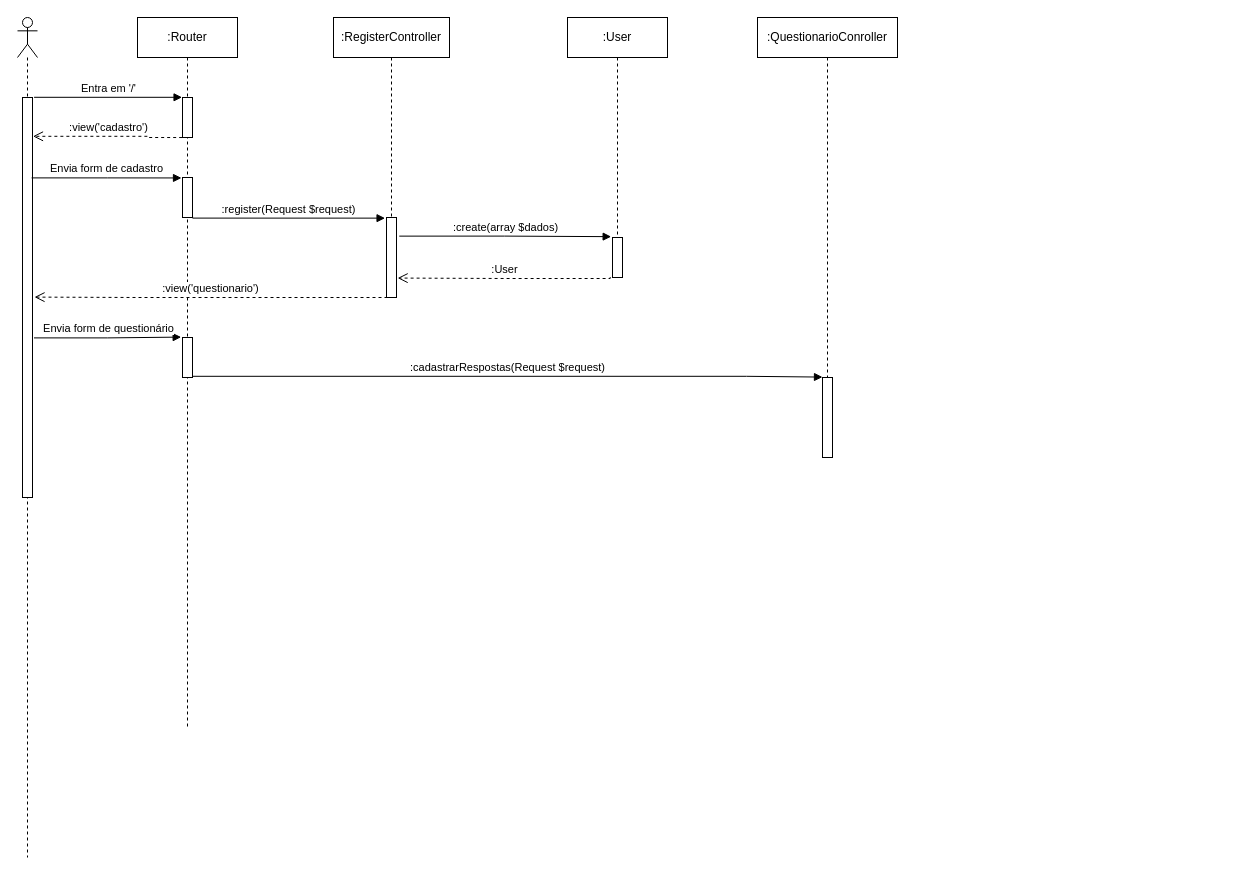
This is Diagramas/Seqûencia de cadastro.drawio from pmarangon/Grupo-1-PI--Sa-de-e-Bem-Estar, a draw.io file, before an edit. Source tidied: cells renumbered, new cells numbered last; positions are measured from the earlier drawing's top-left corner, leaving out a move shared by most shapes. Both pictures are drawn from the tidied source at 100%, with x=0, y=0 at pixel (17, 17).
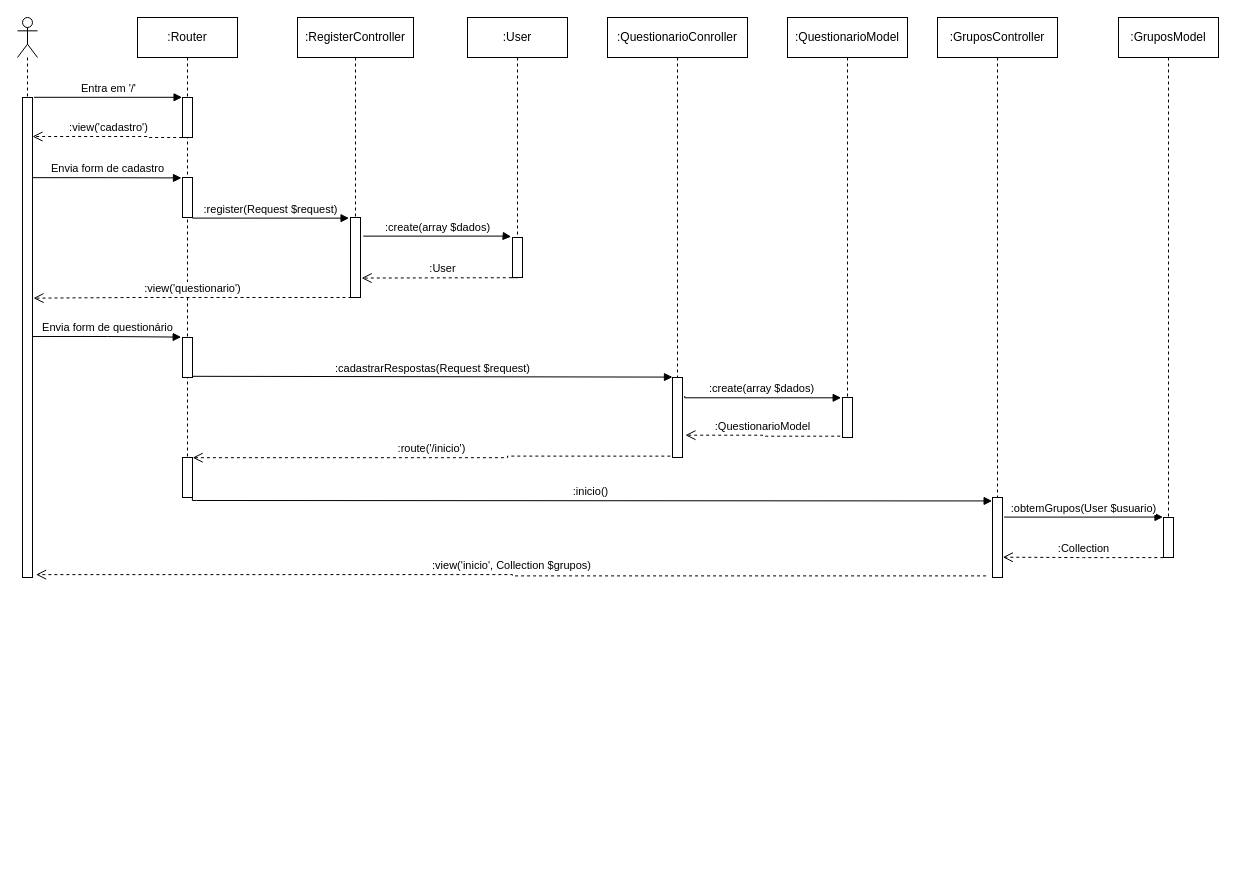
The same page after the edit.

Commit message (it also covers changes not shown here):
Finaliza diagrama de sequência de cadastro

The change refers to these unchanged cells:
```xml
<mxCell id="5" style="html=1;points=[];perimeter=orthogonalPerimeter;" parent="4" vertex="1">
  <mxGeometry x="45" y="80" width="10" height="40" as="geometry" />
</mxCell>
<mxCell id="6" style="html=1;points=[];perimeter=orthogonalPerimeter;" parent="4" vertex="1">
  <mxGeometry x="45" y="160" width="10" height="40" as="geometry" />
</mxCell>
<mxCell id="7" style="html=1;points=[];perimeter=orthogonalPerimeter;" parent="4" vertex="1">
  <mxGeometry x="45" y="320" width="10" height="40" as="geometry" />
</mxCell>
<mxCell id="12" style="html=1;points=[];perimeter=orthogonalPerimeter;" parent="11" vertex="1">
  <mxGeometry x="53" y="200" width="10" height="80" as="geometry" />
</mxCell>
<mxCell id="15" style="html=1;points=[];perimeter=orthogonalPerimeter;" parent="14" vertex="1">
  <mxGeometry x="45" y="220" width="10" height="40" as="geometry" />
</mxCell>
<mxCell id="21" style="html=1;points=[];perimeter=orthogonalPerimeter;" parent="20" vertex="1">
  <mxGeometry x="65" y="360" width="10" height="80" as="geometry" />
</mxCell>
```

Diff of the diagram source:
```diff
@@
     <mxCell id="2" style="shape=umlLifeline;participant=umlActor;perimeter=lifelinePerimeter;whiteSpace=wrap;html=1;verticalAlign=top;spacingTop=36;" parent="1" vertex="1">
-      <mxGeometry width="20" height="840" as="geometry" />
+      <mxGeometry width="20" height="560" as="geometry" />
     </mxCell>
     <mxCell id="3" style="html=1;points=[];perimeter=orthogonalPerimeter;" parent="2" vertex="1">
-      <mxGeometry x="5" y="80" width="10" height="400" as="geometry" />
+      <mxGeometry x="5" y="80" width="10" height="480" as="geometry" />
     </mxCell>
     <mxCell id="4" value=":Router" style="shape=umlLifeline;perimeter=lifelinePerimeter;whiteSpace=wrap;html=1;" parent="1" vertex="1">
-      <mxGeometry x="120" width="100" height="710" as="geometry" />
+      <mxGeometry x="120" width="100" height="480" as="geometry" />
     </mxCell>
@@
+    <mxCell id="23" style="html=1;points=[];perimeter=orthogonalPerimeter;" parent="4" vertex="1">
+      <mxGeometry x="45" y="440" width="10" height="40" as="geometry" />
+    </mxCell>
@@
-    <mxCell id="9" value=":view('cadastro')" style="html=1;verticalAlign=bottom;endArrow=open;dashed=1;endSize=8;rounded=0;edgeStyle=orthogonalEdgeStyle;exitX=-0.033;exitY=1.001;exitDx=0;exitDy=0;exitPerimeter=0;entryX=1.048;entryY=0.097;entryDx=0;entryDy=0;entryPerimeter=0;" parent="1" edge="1" source="5" target="3">
+    <mxCell id="9" value=":view('cadastro')" style="html=1;verticalAlign=bottom;endArrow=open;dashed=1;endSize=8;rounded=0;edgeStyle=orthogonalEdgeStyle;exitX=-0.033;exitY=1.001;exitDx=0;exitDy=0;exitPerimeter=0;" parent="1" edge="1" source="5">
       <mxGeometry relative="1" as="geometry">
+        <mxPoint x="15" y="119" as="targetPoint" />
         <Array as="points">
           <mxPoint x="130" y="120" />
           <mxPoint x="130" y="119" />
         </Array>
       </mxGeometry>
     </mxCell>
-    <mxCell id="10" value="Envia form de cadastro" style="html=1;verticalAlign=bottom;endArrow=block;rounded=0;edgeStyle=orthogonalEdgeStyle;exitX=0.91;exitY=0.201;exitDx=0;exitDy=0;exitPerimeter=0;entryX=-0.1;entryY=0.011;entryDx=0;entryDy=0;entryPerimeter=0;" parent="1" edge="1" source="3" target="6">
+    <mxCell id="10" value="Envia form de cadastro" style="html=1;verticalAlign=bottom;endArrow=block;rounded=0;edgeStyle=orthogonalEdgeStyle;exitX=0.995;exitY=0.167;exitDx=0;exitDy=0;exitPerimeter=0;entryX=-0.1;entryY=0.011;entryDx=0;entryDy=0;entryPerimeter=0;" parent="1" edge="1" source="3" target="6">
       <mxGeometry relative="1" as="geometry">
         <Array as="points">
           <mxPoint x="90" y="160" />
-          <mxPoint x="164" y="160" />
         </Array>
       </mxGeometry>
     </mxCell>
     <mxCell id="11" value=":RegisterController" style="shape=umlLifeline;perimeter=lifelinePerimeter;whiteSpace=wrap;html=1;" parent="1" vertex="1">
-      <mxGeometry x="316" width="116" height="280" as="geometry" />
+      <mxGeometry x="280" width="116" height="280" as="geometry" />
     </mxCell>
@@
     <mxCell id="14" value=":User" style="shape=umlLifeline;perimeter=lifelinePerimeter;whiteSpace=wrap;html=1;" parent="1" vertex="1">
-      <mxGeometry x="550" width="100" height="260" as="geometry" />
+      <mxGeometry x="450" width="100" height="260" as="geometry" />
     </mxCell>
@@
-    <mxCell id="17" value=":User" style="html=1;verticalAlign=bottom;endArrow=open;dashed=1;endSize=8;rounded=0;edgeStyle=orthogonalEdgeStyle;exitX=-0.229;exitY=0.99;exitDx=0;exitDy=0;exitPerimeter=0;entryX=1.113;entryY=0.757;entryDx=0;entryDy=0;entryPerimeter=0;" parent="1" edge="1" source="15" target="12">
+    <mxCell id="17" value=":User" style="html=1;verticalAlign=bottom;endArrow=open;dashed=1;endSize=8;rounded=0;edgeStyle=orthogonalEdgeStyle;entryX=1.113;entryY=0.757;entryDx=0;entryDy=0;entryPerimeter=0;exitX=-0.128;exitY=1.004;exitDx=0;exitDy=0;exitPerimeter=0;" parent="1" edge="1" source="15" target="12">
       <mxGeometry relative="1" as="geometry">
         <Array as="points">
-          <mxPoint x="593" y="261" />
-          <mxPoint x="487" y="261" />
+          <mxPoint x="500" y="260" />
         </Array>
       </mxGeometry>
     </mxCell>
-    <mxCell id="18" value=":view('questionario')" style="html=1;verticalAlign=bottom;endArrow=open;dashed=1;endSize=8;rounded=0;edgeStyle=orthogonalEdgeStyle;exitX=0.1;exitY=1;exitDx=0;exitDy=0;exitPerimeter=0;entryX=1.2;entryY=0.499;entryDx=0;entryDy=0;entryPerimeter=0;" parent="1" edge="1" source="12" target="3">
+    <mxCell id="18" value=":view('questionario')" style="html=1;verticalAlign=bottom;endArrow=open;dashed=1;endSize=8;rounded=0;edgeStyle=orthogonalEdgeStyle;exitX=0.1;exitY=1;exitDx=0;exitDy=0;exitPerimeter=0;entryX=1.105;entryY=0.418;entryDx=0;entryDy=0;entryPerimeter=0;" parent="1" edge="1" source="12" target="3">
       <mxGeometry relative="1" as="geometry">
         <Array as="points">
-          <mxPoint x="120" y="280" />
           <mxPoint x="120" y="280" />
         </Array>
       </mxGeometry>
     </mxCell>
-    <mxCell id="19" value="Envia form de questionário" style="html=1;verticalAlign=bottom;endArrow=block;rounded=0;edgeStyle=orthogonalEdgeStyle;exitX=1.152;exitY=0.601;exitDx=0;exitDy=0;exitPerimeter=0;entryX=-0.133;entryY=-0.01;entryDx=0;entryDy=0;entryPerimeter=0;" parent="1" edge="1" source="3" target="7">
+    <mxCell id="19" value="Envia form de questionário" style="html=1;verticalAlign=bottom;endArrow=block;rounded=0;edgeStyle=orthogonalEdgeStyle;exitX=0.962;exitY=0.498;exitDx=0;exitDy=0;exitPerimeter=0;entryX=-0.133;entryY=-0.01;entryDx=0;entryDy=0;entryPerimeter=0;" parent="1" edge="1" source="3" target="7">
       <mxGeometry relative="1" as="geometry">
         <Array as="points">
           <mxPoint x="90" y="320" />
-          <mxPoint x="164" y="320" />
         </Array>
       </mxGeometry>
     </mxCell>
     <mxCell id="20" value=":QuestionarioConroller" style="shape=umlLifeline;perimeter=lifelinePerimeter;whiteSpace=wrap;html=1;" parent="1" vertex="1">
-      <mxGeometry x="740" width="140" height="440" as="geometry" />
+      <mxGeometry x="590" width="140" height="440" as="geometry" />
     </mxCell>
@@
     <mxCell id="22" value=":cadastrarRespostas(Request $request)" style="html=1;verticalAlign=bottom;endArrow=block;rounded=0;edgeStyle=orthogonalEdgeStyle;exitX=1.04;exitY=0.97;exitDx=0;exitDy=0;exitPerimeter=0;entryX=-0.002;entryY=-0.005;entryDx=0;entryDy=0;entryPerimeter=0;" parent="1" edge="1" source="7" target="21">
       <mxGeometry relative="1" as="geometry">
         <Array as="points">
-          <mxPoint x="729" y="359" />
+          <mxPoint x="175" y="360" />
+          <mxPoint x="655" y="360" />
         </Array>
       </mxGeometry>
     </mxCell>
+    <mxCell id="24" value=":QuestionarioModel" style="shape=umlLifeline;perimeter=lifelinePerimeter;whiteSpace=wrap;html=1;" parent="1" vertex="1">
+      <mxGeometry x="770" width="120" height="420" as="geometry" />
+    </mxCell>
+    <mxCell id="25" style="html=1;points=[];perimeter=orthogonalPerimeter;" parent="24" vertex="1">
+      <mxGeometry x="55" y="380" width="10" height="40" as="geometry" />
+    </mxCell>
+    <mxCell id="26" value=":QuestionarioModel" style="html=1;verticalAlign=bottom;endArrow=open;dashed=1;endSize=8;rounded=0;edgeStyle=orthogonalEdgeStyle;exitX=-0.229;exitY=0.967;exitDx=0;exitDy=0;exitPerimeter=0;entryX=1.295;entryY=0.721;entryDx=0;entryDy=0;entryPerimeter=0;" parent="1" edge="1" source="25" target="21">
+      <mxGeometry relative="1" as="geometry" />
+    </mxCell>
+    <mxCell id="27" value=":route('/inicio')" style="html=1;verticalAlign=bottom;endArrow=open;dashed=1;endSize=8;rounded=0;edgeStyle=orthogonalEdgeStyle;exitX=-0.217;exitY=0.983;exitDx=0;exitDy=0;exitPerimeter=0;entryX=1.016;entryY=0.005;entryDx=0;entryDy=0;entryPerimeter=0;" parent="1" edge="1" source="21" target="23">
+      <mxGeometry relative="1" as="geometry">
+        <Array as="points">
+          <mxPoint x="490" y="439" />
+          <mxPoint x="490" y="440" />
+        </Array>
+      </mxGeometry>
+    </mxCell>
+    <mxCell id="28" value=":create(array $dados)" style="html=1;verticalAlign=bottom;endArrow=block;rounded=0;edgeStyle=orthogonalEdgeStyle;exitX=1.224;exitY=0.232;exitDx=0;exitDy=0;exitPerimeter=0;entryX=-0.133;entryY=0.008;entryDx=0;entryDy=0;entryPerimeter=0;" parent="1" edge="1" source="21" target="25">
+      <mxGeometry relative="1" as="geometry">
+        <Array as="points">
+          <mxPoint x="667" y="380" />
+          <mxPoint x="824" y="380" />
+        </Array>
+      </mxGeometry>
+    </mxCell>
+    <mxCell id="29" value=":GruposController" style="shape=umlLifeline;perimeter=lifelinePerimeter;whiteSpace=wrap;html=1;" parent="1" vertex="1">
+      <mxGeometry x="920" width="120" height="560" as="geometry" />
+    </mxCell>
+    <mxCell id="30" style="html=1;points=[];perimeter=orthogonalPerimeter;" parent="29" vertex="1">
+      <mxGeometry x="55" y="480" width="10" height="80" as="geometry" />
+    </mxCell>
+    <mxCell id="31" value=":inicio()" style="html=1;verticalAlign=bottom;endArrow=block;rounded=0;edgeStyle=orthogonalEdgeStyle;exitX=0.991;exitY=1.005;exitDx=0;exitDy=0;exitPerimeter=0;entryX=-0.038;entryY=0.043;entryDx=0;entryDy=0;entryPerimeter=0;" parent="1" edge="1" source="23" target="30">
+      <mxGeometry relative="1" as="geometry">
+        <Array as="points">
+          <mxPoint x="175" y="483" />
+          <mxPoint x="179" y="483" />
+        </Array>
+      </mxGeometry>
+    </mxCell>
+    <mxCell id="32" value=":GruposModel" style="shape=umlLifeline;perimeter=lifelinePerimeter;whiteSpace=wrap;html=1;" parent="1" vertex="1">
+      <mxGeometry x="1101" width="100" height="540" as="geometry" />
+    </mxCell>
+    <mxCell id="33" style="html=1;points=[];perimeter=orthogonalPerimeter;" parent="32" vertex="1">
+      <mxGeometry x="45" y="500" width="10" height="40" as="geometry" />
+    </mxCell>
+    <mxCell id="34" value=":obtemGrupos(User $usuario)" style="html=1;verticalAlign=bottom;endArrow=block;rounded=0;edgeStyle=orthogonalEdgeStyle;exitX=1.16;exitY=0.245;exitDx=0;exitDy=0;exitPerimeter=0;entryX=-0.05;entryY=-0.011;entryDx=0;entryDy=0;entryPerimeter=0;" parent="1" edge="1" source="30" target="33">
+      <mxGeometry relative="1" as="geometry">
+        <Array as="points">
+          <mxPoint x="1066" y="500" />
+          <mxPoint x="1145" y="500" />
+        </Array>
+      </mxGeometry>
+    </mxCell>
+    <mxCell id="35" value=":Collection" style="html=1;verticalAlign=bottom;endArrow=open;dashed=1;endSize=8;rounded=0;edgeStyle=orthogonalEdgeStyle;exitX=-0.018;exitY=1.002;exitDx=0;exitDy=0;exitPerimeter=0;entryX=1.032;entryY=0.746;entryDx=0;entryDy=0;entryPerimeter=0;" parent="1" edge="1" source="33" target="30">
+      <mxGeometry relative="1" as="geometry">
+        <Array as="points">
+          <mxPoint x="1066" y="540" />
+        </Array>
+      </mxGeometry>
+    </mxCell>
+    <mxCell id="36" value=":view('inicio', Collection $grupos)" style="html=1;verticalAlign=bottom;endArrow=open;dashed=1;endSize=8;rounded=0;edgeStyle=orthogonalEdgeStyle;exitX=-0.643;exitY=0.98;exitDx=0;exitDy=0;exitPerimeter=0;entryX=1.357;entryY=0.994;entryDx=0;entryDy=0;entryPerimeter=0;" parent="1" edge="1" source="30" target="3">
+      <mxGeometry relative="1" as="geometry" />
+    </mxCell>
```
